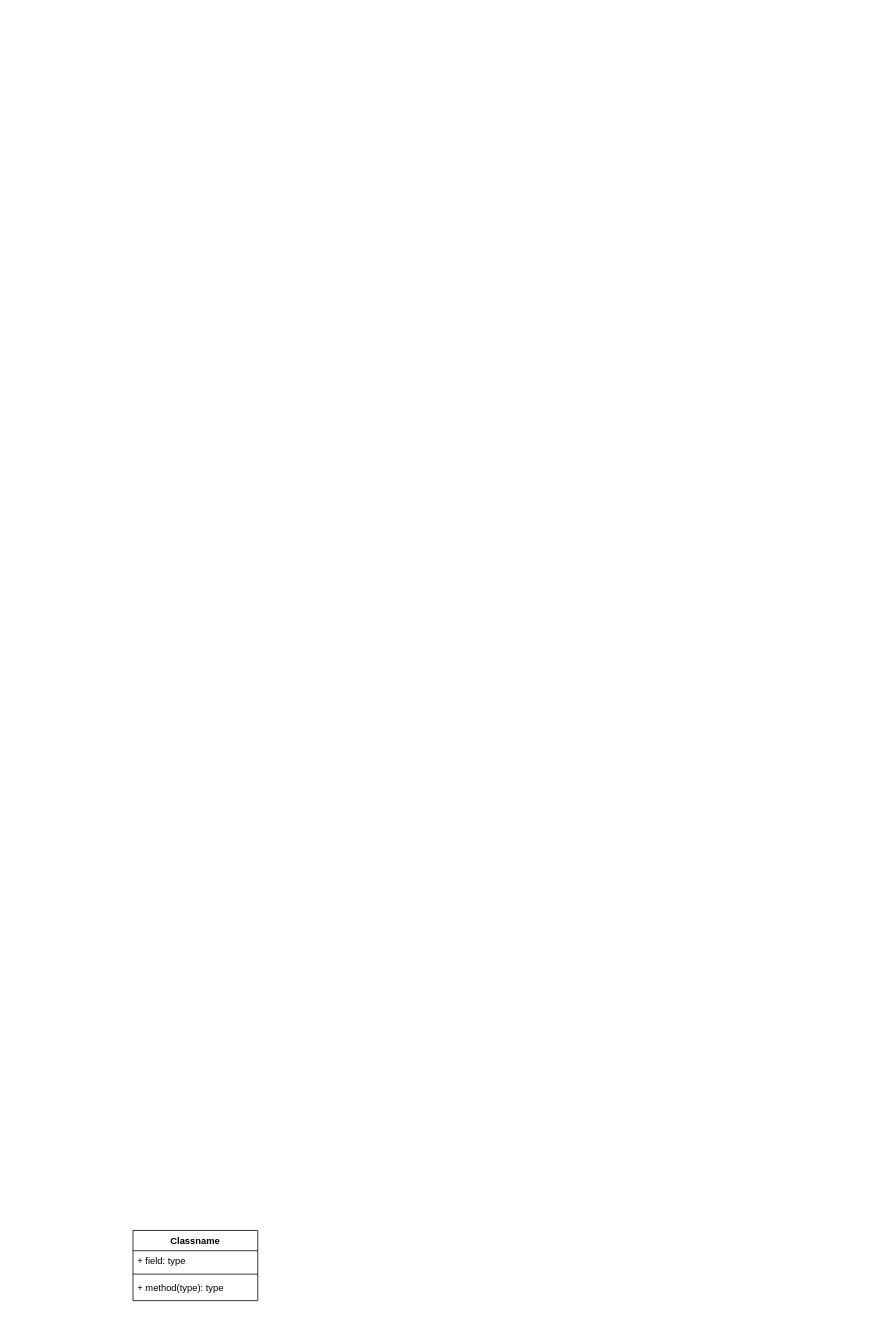
Above: Yii.drawio in CaoYuming-git/drow.io (draw.io), before the change. Source tidied: cells renumbered, new cells numbered last; positions are measured from the earlier drawing's top-left corner, leaving out a move shared by most shapes. Both pictures are drawn from the tidied source at 78%, with x=0, y=0 at pixel (133, 1230).
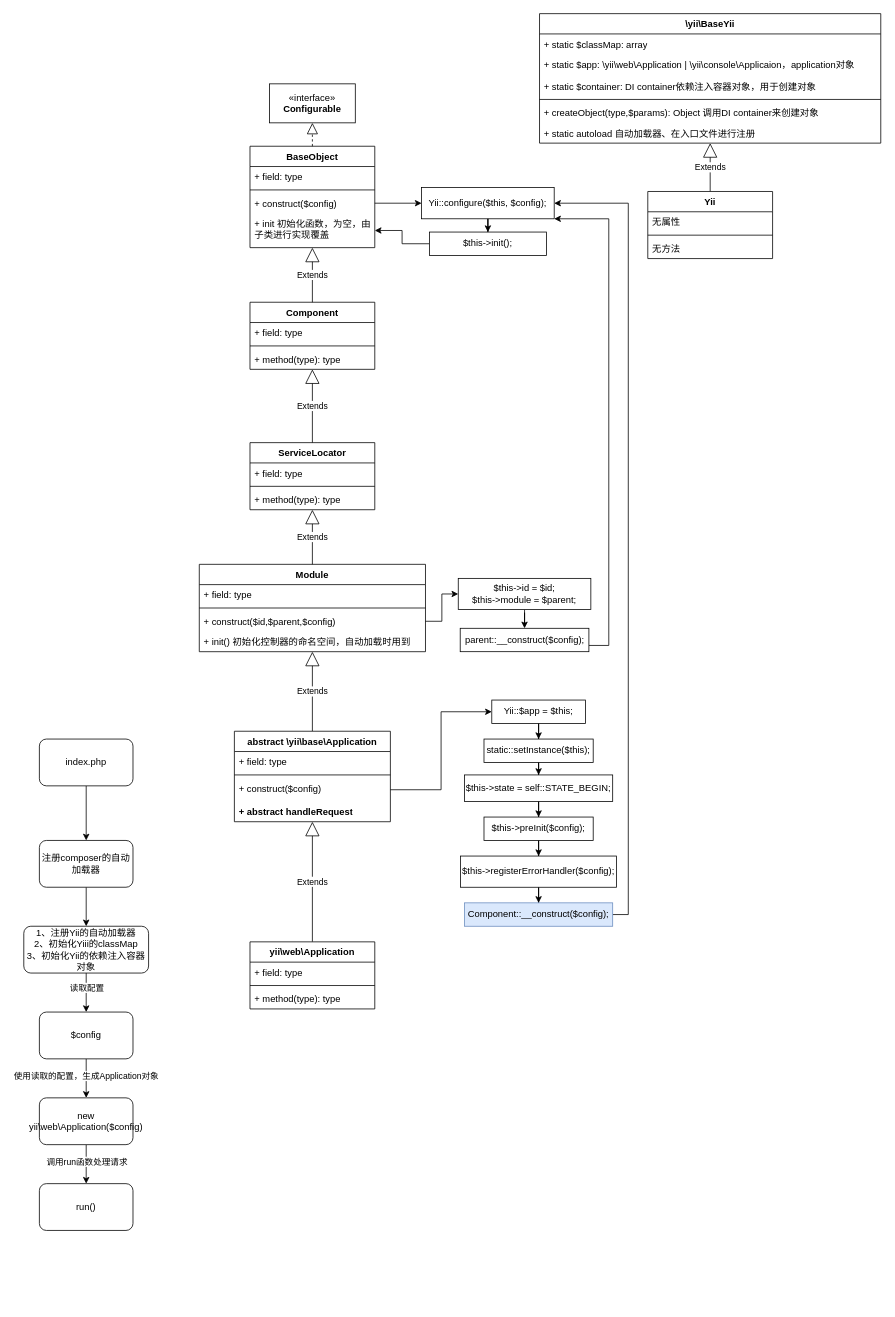
The same page after the edit.

The edit, as a diff of the source:
```diff
@@
-    <mxCell id="2" value="Classname" style="swimlane;fontStyle=1;align=center;verticalAlign=top;horizontal=1;startSize=26;whiteSpace=wrap;html=1;" parent="1" vertex="1">
-      <mxGeometry width="160" height="90" as="geometry" />
-    </mxCell>
-    <mxCell id="3" value="+ field: type" style="text;strokeColor=none;fillColor=none;align=left;verticalAlign=top;spacingLeft=4;spacingRight=4;overflow=hidden;whiteSpace=wrap;html=1;" parent="2" vertex="1">
-      <mxGeometry y="26" width="160" height="26" as="geometry" />
-    </mxCell>
-    <mxCell id="4" style="line;strokeWidth=1;fillColor=none;align=left;verticalAlign=middle;spacingTop=-1;spacingLeft=3;spacingRight=3;labelPosition=right;strokeColor=inherit;" parent="2" vertex="1">
-      <mxGeometry y="52" width="160" height="8" as="geometry" />
-    </mxCell>
-    <mxCell id="5" value="+ method(type): type" style="text;strokeColor=none;fillColor=none;align=left;verticalAlign=top;spacingLeft=4;spacingRight=4;overflow=hidden;whiteSpace=wrap;html=1;" parent="2" vertex="1">
-      <mxGeometry y="60" width="160" height="30" as="geometry" />
-    </mxCell>
+    <mxCell id="6" value="Extends" style="endArrow=block;endSize=16;endFill=0;html=1;rounded=0;" parent="1" edge="1" source="28" target="23">
+      <mxGeometry relative="1" as="geometry" />
+    </mxCell>
+    <mxCell id="7" value="Module" style="swimlane;fontStyle=1;align=center;verticalAlign=top;horizontal=1;startSize=26;whiteSpace=wrap;html=1;" parent="1" vertex="1">
+      <mxGeometry x="85" y="-854" width="290" height="112" as="geometry" />
+    </mxCell>
+    <mxCell id="8" value="+ field: type" style="text;strokeColor=none;fillColor=none;align=left;verticalAlign=top;spacingLeft=4;spacingRight=4;overflow=hidden;whiteSpace=wrap;html=1;" parent="7" vertex="1">
+      <mxGeometry y="26" width="290" height="26" as="geometry" />
+    </mxCell>
+    <mxCell id="9" style="line;strokeWidth=1;fillColor=none;align=left;verticalAlign=middle;spacingTop=-1;spacingLeft=3;spacingRight=3;labelPosition=right;strokeColor=inherit;" parent="7" vertex="1">
+      <mxGeometry y="52" width="290" height="8" as="geometry" />
+    </mxCell>
+    <mxCell id="10" value="+ construct($id,$parent,$config)" style="text;strokeColor=none;fillColor=none;align=left;verticalAlign=top;spacingLeft=4;spacingRight=4;overflow=hidden;points=[[0,0.5],[1,0.5]];portConstraint=eastwest;whiteSpace=wrap;html=1;" parent="7" vertex="1">
+      <mxGeometry y="60" width="290" height="26" as="geometry" />
+    </mxCell>
+    <mxCell id="11" value="+ init() 初始化控制器的命名空间，自动加载时用到" style="text;strokeColor=none;fillColor=none;align=left;verticalAlign=top;spacingLeft=4;spacingRight=4;overflow=hidden;whiteSpace=wrap;html=1;" parent="7" vertex="1">
+      <mxGeometry y="86" width="290" height="26" as="geometry" />
+    </mxCell>
+    <mxCell id="12" value="Extends" style="endArrow=block;endSize=16;endFill=0;html=1;rounded=0;" parent="1" edge="1" source="23" target="7">
+      <mxGeometry relative="1" as="geometry" />
+    </mxCell>
+    <mxCell id="13" value="ServiceLocator" style="swimlane;fontStyle=1;align=center;verticalAlign=top;horizontal=1;startSize=26;whiteSpace=wrap;html=1;" parent="1" vertex="1">
+      <mxGeometry x="150" y="-1010" width="160" height="86" as="geometry" />
+    </mxCell>
+    <mxCell id="14" value="+ field: type" style="text;strokeColor=none;fillColor=none;align=left;verticalAlign=top;spacingLeft=4;spacingRight=4;overflow=hidden;whiteSpace=wrap;html=1;" parent="13" vertex="1">
+      <mxGeometry y="26" width="160" height="26" as="geometry" />
+    </mxCell>
+    <mxCell id="15" style="line;strokeWidth=1;fillColor=none;align=left;verticalAlign=middle;spacingTop=-1;spacingLeft=3;spacingRight=3;labelPosition=right;strokeColor=inherit;" parent="13" vertex="1">
+      <mxGeometry y="52" width="160" height="8" as="geometry" />
+    </mxCell>
+    <mxCell id="16" value="+ method(type): type" style="text;strokeColor=none;fillColor=none;align=left;verticalAlign=top;spacingLeft=4;spacingRight=4;overflow=hidden;whiteSpace=wrap;html=1;" parent="13" vertex="1">
+      <mxGeometry y="60" width="160" height="26" as="geometry" />
+    </mxCell>
+    <mxCell id="17" value="Extends" style="endArrow=block;endSize=16;endFill=0;html=1;rounded=0;exitX=0.5;exitY=0;exitDx=0;exitDy=0;" parent="1" edge="1" source="7" target="13">
+      <mxGeometry relative="1" as="geometry" />
+    </mxCell>
+    <mxCell id="18" value="Component" style="swimlane;fontStyle=1;align=center;verticalAlign=top;horizontal=1;startSize=26;whiteSpace=wrap;html=1;" parent="1" vertex="1">
+      <mxGeometry x="150" y="-1190" width="160" height="86" as="geometry" />
+    </mxCell>
+    <mxCell id="19" value="+ field: type" style="text;strokeColor=none;fillColor=none;align=left;verticalAlign=top;spacingLeft=4;spacingRight=4;overflow=hidden;whiteSpace=wrap;html=1;" parent="18" vertex="1">
+      <mxGeometry y="26" width="160" height="26" as="geometry" />
+    </mxCell>
+    <mxCell id="20" style="line;strokeWidth=1;fillColor=none;align=left;verticalAlign=middle;spacingTop=-1;spacingLeft=3;spacingRight=3;labelPosition=right;strokeColor=inherit;" parent="18" vertex="1">
+      <mxGeometry y="52" width="160" height="8" as="geometry" />
+    </mxCell>
+    <mxCell id="21" value="+ method(type): type" style="text;strokeColor=none;fillColor=none;align=left;verticalAlign=top;spacingLeft=4;spacingRight=4;overflow=hidden;whiteSpace=wrap;html=1;" parent="18" vertex="1">
+      <mxGeometry y="60" width="160" height="26" as="geometry" />
+    </mxCell>
+    <mxCell id="22" value="Extends" style="endArrow=block;endSize=16;endFill=0;html=1;rounded=0;" parent="1" edge="1" source="13" target="18">
+      <mxGeometry relative="1" as="geometry" />
+    </mxCell>
+    <mxCell id="23" value="abstract \yii\base\Application" style="swimlane;fontStyle=1;align=center;verticalAlign=top;horizontal=1;startSize=26;whiteSpace=wrap;html=1;" parent="1" vertex="1">
+      <mxGeometry x="130" y="-640" width="200" height="116" as="geometry" />
+    </mxCell>
+    <mxCell id="24" value="+ field: type" style="text;strokeColor=none;fillColor=none;align=left;verticalAlign=top;spacingLeft=4;spacingRight=4;overflow=hidden;whiteSpace=wrap;html=1;" parent="23" vertex="1">
+      <mxGeometry y="26" width="200" height="26" as="geometry" />
+    </mxCell>
+    <mxCell id="25" style="line;strokeWidth=1;fillColor=none;align=left;verticalAlign=middle;spacingTop=-1;spacingLeft=3;spacingRight=3;labelPosition=right;strokeColor=inherit;" parent="23" vertex="1">
+      <mxGeometry y="52" width="200" height="8" as="geometry" />
+    </mxCell>
+    <mxCell id="26" value="+ construct($config)" style="text;strokeColor=none;fillColor=none;align=left;verticalAlign=top;spacingLeft=4;spacingRight=4;overflow=hidden;points=[[0,0.5],[1,0.5]];portConstraint=eastwest;whiteSpace=wrap;html=1;" parent="23" vertex="1">
+      <mxGeometry y="60" width="200" height="30" as="geometry" />
+    </mxCell>
+    <mxCell id="27" value="+ abstract handleRequest" style="text;strokeColor=none;fillColor=none;align=left;verticalAlign=top;spacingLeft=4;spacingRight=4;overflow=hidden;whiteSpace=wrap;html=1;fontStyle=1;" parent="23" vertex="1">
+      <mxGeometry y="90" width="200" height="26" as="geometry" />
+    </mxCell>
+    <mxCell id="28" value="yii\web\Application" style="swimlane;fontStyle=1;align=center;verticalAlign=top;horizontal=1;startSize=26;whiteSpace=wrap;html=1;" parent="1" vertex="1">
+      <mxGeometry x="150" y="-370" width="160" height="86" as="geometry" />
+    </mxCell>
+    <mxCell id="29" value="+ field: type" style="text;strokeColor=none;fillColor=none;align=left;verticalAlign=top;spacingLeft=4;spacingRight=4;overflow=hidden;whiteSpace=wrap;html=1;" parent="28" vertex="1">
+      <mxGeometry y="26" width="160" height="26" as="geometry" />
+    </mxCell>
+    <mxCell id="30" style="line;strokeWidth=1;fillColor=none;align=left;verticalAlign=middle;spacingTop=-1;spacingLeft=3;spacingRight=3;labelPosition=right;strokeColor=inherit;" parent="28" vertex="1">
+      <mxGeometry y="52" width="160" height="8" as="geometry" />
+    </mxCell>
+    <mxCell id="31" value="+ method(type): type" style="text;strokeColor=none;fillColor=none;align=left;verticalAlign=top;spacingLeft=4;spacingRight=4;overflow=hidden;whiteSpace=wrap;html=1;" parent="28" vertex="1">
+      <mxGeometry y="60" width="160" height="26" as="geometry" />
+    </mxCell>
+    <mxCell id="32" value="BaseObject" style="swimlane;fontStyle=1;align=center;verticalAlign=top;horizontal=1;startSize=26;whiteSpace=wrap;html=1;" parent="1" vertex="1">
+      <mxGeometry x="150" y="-1390" width="160" height="130" as="geometry" />
+    </mxCell>
+    <mxCell id="33" value="+ field: type" style="text;strokeColor=none;fillColor=none;align=left;verticalAlign=top;spacingLeft=4;spacingRight=4;overflow=hidden;whiteSpace=wrap;html=1;" parent="32" vertex="1">
+      <mxGeometry y="26" width="160" height="26" as="geometry" />
+    </mxCell>
+    <mxCell id="34" style="line;strokeWidth=1;fillColor=none;align=left;verticalAlign=middle;spacingTop=-1;spacingLeft=3;spacingRight=3;labelPosition=right;strokeColor=inherit;" parent="32" vertex="1">
+      <mxGeometry y="52" width="160" height="8" as="geometry" />
+    </mxCell>
+    <mxCell id="35" value="+ construct($config)" style="text;strokeColor=none;fillColor=none;align=left;verticalAlign=top;spacingLeft=4;spacingRight=4;overflow=hidden;points=[[0,0.5],[1,0.5]];portConstraint=eastwest;whiteSpace=wrap;html=1;" parent="32" vertex="1">
+      <mxGeometry y="60" width="160" height="26" as="geometry" />
+    </mxCell>
+    <mxCell id="36" value="+ init 初始化函数，为空，由子类进行实现覆盖" style="text;strokeColor=none;fillColor=none;align=left;verticalAlign=top;spacingLeft=4;spacingRight=4;overflow=hidden;points=[[0,0.5],[1,0.5]];portConstraint=eastwest;whiteSpace=wrap;html=1;" parent="32" vertex="1">
+      <mxGeometry y="86" width="160" height="44" as="geometry" />
+    </mxCell>
+    <mxCell id="37" value="Extends" style="endArrow=block;endSize=16;endFill=0;html=1;rounded=0;" parent="1" edge="1" source="18" target="32">
+      <mxGeometry relative="1" as="geometry" />
+    </mxCell>
+    <mxCell id="38" value="«interface»&lt;br&gt;&lt;b&gt;Configurable&lt;/b&gt;" style="html=1;whiteSpace=wrap;" parent="1" vertex="1">
+      <mxGeometry x="175" y="-1470" width="110" height="50" as="geometry" />
+    </mxCell>
+    <mxCell id="39" style="endArrow=block;dashed=1;endFill=0;endSize=12;html=1;rounded=0;" parent="1" edge="1" source="32" target="38">
+      <mxGeometry relative="1" as="geometry" />
+    </mxCell>
+    <mxCell id="40" value="\yii\BaseYii" style="swimlane;fontStyle=1;align=center;verticalAlign=top;horizontal=1;startSize=26;whiteSpace=wrap;html=1;" parent="1" vertex="1">
+      <mxGeometry x="521.2" y="-1560" width="437.5" height="166" as="geometry" />
+    </mxCell>
+    <mxCell id="41" value="+ static $classMap&lt;span style=&quot;background-color: initial;&quot;&gt;: array&lt;/span&gt;" style="text;strokeColor=none;fillColor=none;align=left;verticalAlign=top;spacingLeft=4;spacingRight=4;overflow=hidden;whiteSpace=wrap;html=1;" parent="40" vertex="1">
+      <mxGeometry y="26" width="437.5" height="26" as="geometry" />
+    </mxCell>
+    <mxCell id="42" value="+ static $app: \yii\web\Application | \yii\console\Applicaion，application对象" style="text;strokeColor=none;fillColor=none;align=left;verticalAlign=top;spacingLeft=4;spacingRight=4;overflow=hidden;whiteSpace=wrap;html=1;" parent="40" vertex="1">
+      <mxGeometry y="52" width="437.5" height="28" as="geometry" />
+    </mxCell>
+    <mxCell id="43" value="+ static $container: DI container依赖注入容器对象，用于创建对象" style="text;strokeColor=none;fillColor=none;align=left;verticalAlign=top;spacingLeft=4;spacingRight=4;overflow=hidden;whiteSpace=wrap;html=1;" parent="40" vertex="1">
+      <mxGeometry y="80" width="437.5" height="26" as="geometry" />
+    </mxCell>
+    <mxCell id="44" style="line;strokeWidth=1;fillColor=none;align=left;verticalAlign=middle;spacingTop=-1;spacingLeft=3;spacingRight=3;labelPosition=right;strokeColor=inherit;" parent="40" vertex="1">
+      <mxGeometry y="106" width="437.5" height="8" as="geometry" />
+    </mxCell>
+    <mxCell id="45" value="+&amp;nbsp;createObject&lt;span style=&quot;background-color: initial;&quot;&gt;(type,$params): Object 调用DI container来创建对象&lt;/span&gt;" style="text;strokeColor=none;fillColor=none;align=left;verticalAlign=top;spacingLeft=4;spacingRight=4;overflow=hidden;whiteSpace=wrap;html=1;" parent="40" vertex="1">
+      <mxGeometry y="114" width="437.5" height="26" as="geometry" />
+    </mxCell>
+    <mxCell id="46" value="+ static autoload 自动加载器、在入口文件进行注册" style="text;strokeColor=none;fillColor=none;align=left;verticalAlign=top;spacingLeft=4;spacingRight=4;overflow=hidden;whiteSpace=wrap;html=1;" parent="40" vertex="1">
+      <mxGeometry y="140" width="437.5" height="26" as="geometry" />
+    </mxCell>
+    <mxCell id="47" value="Extends" style="endArrow=block;endSize=16;endFill=0;html=1;rounded=0;" parent="1" edge="1" source="48" target="40">
+      <mxGeometry relative="1" as="geometry" />
+    </mxCell>
+    <mxCell id="48" value="Yii" style="swimlane;fontStyle=1;align=center;verticalAlign=top;horizontal=1;startSize=26;whiteSpace=wrap;html=1;" parent="1" vertex="1">
+      <mxGeometry x="660" y="-1332" width="160" height="86" as="geometry" />
+    </mxCell>
+    <mxCell id="49" value="无属性" style="text;strokeColor=none;fillColor=none;align=left;verticalAlign=top;spacingLeft=4;spacingRight=4;overflow=hidden;whiteSpace=wrap;html=1;" parent="48" vertex="1">
+      <mxGeometry y="26" width="160" height="26" as="geometry" />
+    </mxCell>
+    <mxCell id="50" style="line;strokeWidth=1;fillColor=none;align=left;verticalAlign=middle;spacingTop=-1;spacingLeft=3;spacingRight=3;labelPosition=right;strokeColor=inherit;" parent="48" vertex="1">
+      <mxGeometry y="52" width="160" height="8" as="geometry" />
+    </mxCell>
+    <mxCell id="51" value="无方法" style="text;strokeColor=none;fillColor=none;align=left;verticalAlign=top;spacingLeft=4;spacingRight=4;overflow=hidden;whiteSpace=wrap;html=1;" parent="48" vertex="1">
+      <mxGeometry y="60" width="160" height="26" as="geometry" />
+    </mxCell>
+    <mxCell id="52" style="edgeStyle=orthogonalEdgeStyle;rounded=0;jettySize=auto;html=1;entryX=0.5;entryY=0;entryDx=0;entryDy=0;" parent="1" edge="1" source="54" target="59">
+      <mxGeometry relative="1" as="geometry" />
+    </mxCell>
+    <mxCell id="53" value="读取配置" style="edgeLabel;html=1;align=center;verticalAlign=middle;" parent="52" vertex="1">
+      <mxGeometry x="-0.29" relative="1" as="geometry" />
+    </mxCell>
+    <mxCell id="54" value="1、注册Yii的自动加载器&lt;br&gt;2、初始化Yiii的classMap&lt;br&gt;3、初始化Yii的依赖注入容器对象" style="rounded=1;whiteSpace=wrap;html=1;" parent="1" vertex="1">
+      <mxGeometry x="-140" y="-390" width="160" height="60" as="geometry" />
+    </mxCell>
+    <mxCell id="55" style="edgeStyle=orthogonalEdgeStyle;rounded=0;jettySize=auto;html=1;entryX=0.5;entryY=0;entryDx=0;entryDy=0;" parent="1" edge="1" source="56" target="65">
+      <mxGeometry relative="1" as="geometry" />
+    </mxCell>
+    <mxCell id="56" value="index.php" style="rounded=1;whiteSpace=wrap;html=1;" parent="1" vertex="1">
+      <mxGeometry x="-120" y="-630" width="120" height="60" as="geometry" />
+    </mxCell>
+    <mxCell id="57" style="edgeStyle=orthogonalEdgeStyle;rounded=0;jettySize=auto;html=1;entryX=0.5;entryY=0;entryDx=0;entryDy=0;" parent="1" edge="1" source="59" target="62">
+      <mxGeometry relative="1" as="geometry" />
+    </mxCell>
+    <mxCell id="58" value="使用读取的配置，生成Application对象" style="edgeLabel;html=1;align=center;verticalAlign=middle;" parent="57" vertex="1">
+      <mxGeometry x="-0.15" y="-1" relative="1" as="geometry" />
+    </mxCell>
+    <mxCell id="59" value="$config" style="rounded=1;whiteSpace=wrap;html=1;" parent="1" vertex="1">
+      <mxGeometry x="-120" y="-280" width="120" height="60" as="geometry" />
+    </mxCell>
+    <mxCell id="60" style="edgeStyle=orthogonalEdgeStyle;rounded=0;jettySize=auto;html=1;entryX=0.5;entryY=0;entryDx=0;entryDy=0;" parent="1" edge="1" source="62" target="63">
+      <mxGeometry relative="1" as="geometry" />
+    </mxCell>
+    <mxCell id="61" value="调用run函数处理请求" style="edgeLabel;html=1;align=center;verticalAlign=middle;" parent="60" vertex="1">
+      <mxGeometry x="-0.3" y="-1" relative="1" as="geometry">
+        <mxPoint x="1" y="3" as="offset" />
+      </mxGeometry>
+    </mxCell>
+    <mxCell id="62" value="new yii\web\Application($config)" style="rounded=1;whiteSpace=wrap;html=1;" parent="1" vertex="1">
+      <mxGeometry x="-120" y="-170" width="120" height="60" as="geometry" />
+    </mxCell>
+    <mxCell id="63" value="run()" style="rounded=1;whiteSpace=wrap;html=1;" parent="1" vertex="1">
+      <mxGeometry x="-120" y="-60" width="120" height="60" as="geometry" />
+    </mxCell>
+    <mxCell id="64" style="edgeStyle=orthogonalEdgeStyle;rounded=0;jettySize=auto;html=1;" parent="1" edge="1" source="65" target="54">
+      <mxGeometry relative="1" as="geometry" />
+    </mxCell>
+    <mxCell id="65" value="注册composer的自动加载器" style="rounded=1;whiteSpace=wrap;html=1;" parent="1" vertex="1">
+      <mxGeometry x="-120" y="-500" width="120" height="60" as="geometry" />
+    </mxCell>
+    <mxCell id="66" style="edgeStyle=orthogonalEdgeStyle;rounded=0;jettySize=auto;html=1;" parent="1" edge="1" source="67" target="70">
+      <mxGeometry relative="1" as="geometry" />
+    </mxCell>
+    <mxCell id="67" value="Yii::configure($this, $config);&lt;br&gt;" style="whiteSpace=wrap;html=1;" parent="1" vertex="1">
+      <mxGeometry x="370" y="-1337" width="170" height="40" as="geometry" />
+    </mxCell>
+    <mxCell id="68" style="edgeStyle=orthogonalEdgeStyle;rounded=0;jettySize=auto;html=1;" parent="1" edge="1" source="35" target="67">
+      <mxGeometry relative="1" as="geometry" />
+    </mxCell>
+    <mxCell id="69" style="edgeStyle=orthogonalEdgeStyle;rounded=0;jettySize=auto;html=1;entryX=1;entryY=0.5;entryDx=0;entryDy=0;" parent="1" edge="1" source="70" target="36">
+      <mxGeometry relative="1" as="geometry" />
+    </mxCell>
+    <mxCell id="70" value="$this-&amp;gt;init();" style="whiteSpace=wrap;html=1;" parent="1" vertex="1">
+      <mxGeometry x="380" y="-1280" width="150" height="30" as="geometry" />
+    </mxCell>
+    <mxCell id="71" style="edgeStyle=orthogonalEdgeStyle;rounded=0;jettySize=auto;html=1;entryX=0.5;entryY=0;entryDx=0;entryDy=0;" parent="1" edge="1" source="72" target="74">
+      <mxGeometry relative="1" as="geometry" />
+    </mxCell>
+    <mxCell id="72" value="Yii::$app = $this;" style="rounded=0;whiteSpace=wrap;html=1;" parent="1" vertex="1">
+      <mxGeometry x="460" y="-680" width="120" height="30" as="geometry" />
+    </mxCell>
+    <mxCell id="73" style="edgeStyle=orthogonalEdgeStyle;rounded=0;jettySize=auto;html=1;" parent="1" edge="1" source="74" target="76">
+      <mxGeometry relative="1" as="geometry" />
+    </mxCell>
+    <mxCell id="74" value="static::setInstance($this);" style="rounded=0;whiteSpace=wrap;html=1;" parent="1" vertex="1">
+      <mxGeometry x="450" y="-630" width="140" height="30" as="geometry" />
+    </mxCell>
+    <mxCell id="75" style="edgeStyle=orthogonalEdgeStyle;rounded=0;jettySize=auto;html=1;" parent="1" edge="1" source="76" target="78">
+      <mxGeometry relative="1" as="geometry" />
+    </mxCell>
+    <mxCell id="76" value="$this-&amp;gt;state = self::STATE_BEGIN;" style="rounded=0;whiteSpace=wrap;html=1;" parent="1" vertex="1">
+      <mxGeometry x="425" y="-584" width="190" height="34" as="geometry" />
+    </mxCell>
+    <mxCell id="77" style="edgeStyle=orthogonalEdgeStyle;rounded=0;jettySize=auto;html=1;" parent="1" edge="1" source="78" target="80">
+      <mxGeometry relative="1" as="geometry" />
+    </mxCell>
+    <mxCell id="78" value="$this-&amp;gt;preInit($config);" style="rounded=0;whiteSpace=wrap;html=1;" parent="1" vertex="1">
+      <mxGeometry x="450" y="-530" width="140" height="30" as="geometry" />
+    </mxCell>
+    <mxCell id="79" style="edgeStyle=orthogonalEdgeStyle;rounded=0;jettySize=auto;html=1;" parent="1" edge="1" source="80" target="82">
+      <mxGeometry relative="1" as="geometry" />
+    </mxCell>
+    <mxCell id="80" value="$this-&amp;gt;registerErrorHandler($config);" style="rounded=0;whiteSpace=wrap;html=1;" parent="1" vertex="1">
+      <mxGeometry x="420" y="-480" width="200" height="40" as="geometry" />
+    </mxCell>
+    <mxCell id="81" style="edgeStyle=orthogonalEdgeStyle;rounded=0;jettySize=auto;html=1;exitX=1;exitY=0.5;exitDx=0;exitDy=0;entryX=1;entryY=0.5;entryDx=0;entryDy=0;" parent="1" edge="1" source="82" target="67">
+      <mxGeometry relative="1" as="geometry" />
+    </mxCell>
+    <mxCell id="82" value="Component::__construct($config);" style="rounded=0;whiteSpace=wrap;html=1;fillColor=#dae8fc;strokeColor=#6c8ebf;" parent="1" vertex="1">
+      <mxGeometry x="425" y="-420" width="190" height="30" as="geometry" />
+    </mxCell>
+    <mxCell id="83" style="edgeStyle=orthogonalEdgeStyle;rounded=0;jettySize=auto;html=1;entryX=0;entryY=0.5;entryDx=0;entryDy=0;" parent="1" edge="1" source="26" target="72">
+      <mxGeometry relative="1" as="geometry" />
+    </mxCell>
+    <mxCell id="84" style="edgeStyle=orthogonalEdgeStyle;rounded=0;jettySize=auto;html=1;" parent="1" edge="1" source="85" target="87">
+      <mxGeometry relative="1" as="geometry" />
+    </mxCell>
+    <mxCell id="85" value="$this-&amp;gt;id = $id;&lt;br&gt;$this-&amp;gt;module = $parent;" style="rounded=0;whiteSpace=wrap;html=1;" parent="1" vertex="1">
+      <mxGeometry x="417" y="-836" width="170" height="40" as="geometry" />
+    </mxCell>
+    <mxCell id="86" style="edgeStyle=orthogonalEdgeStyle;rounded=0;jettySize=auto;html=1;entryX=1;entryY=1;entryDx=0;entryDy=0;" parent="1" edge="1" source="87" target="67">
+      <mxGeometry relative="1" as="geometry">
+        <Array as="points">
+          <mxPoint x="610" y="-750" />
+          <mxPoint x="610" y="-1297" />
+        </Array>
+      </mxGeometry>
+    </mxCell>
+    <mxCell id="87" value="parent::__construct($config);" style="rounded=0;whiteSpace=wrap;html=1;" parent="1" vertex="1">
+      <mxGeometry x="419.5" y="-772" width="165" height="30" as="geometry" />
+    </mxCell>
+    <mxCell id="88" style="edgeStyle=orthogonalEdgeStyle;rounded=0;jettySize=auto;html=1;entryX=0;entryY=0.5;entryDx=0;entryDy=0;" parent="1" edge="1" source="10" target="85">
+      <mxGeometry relative="1" as="geometry" />
+    </mxCell>
```
